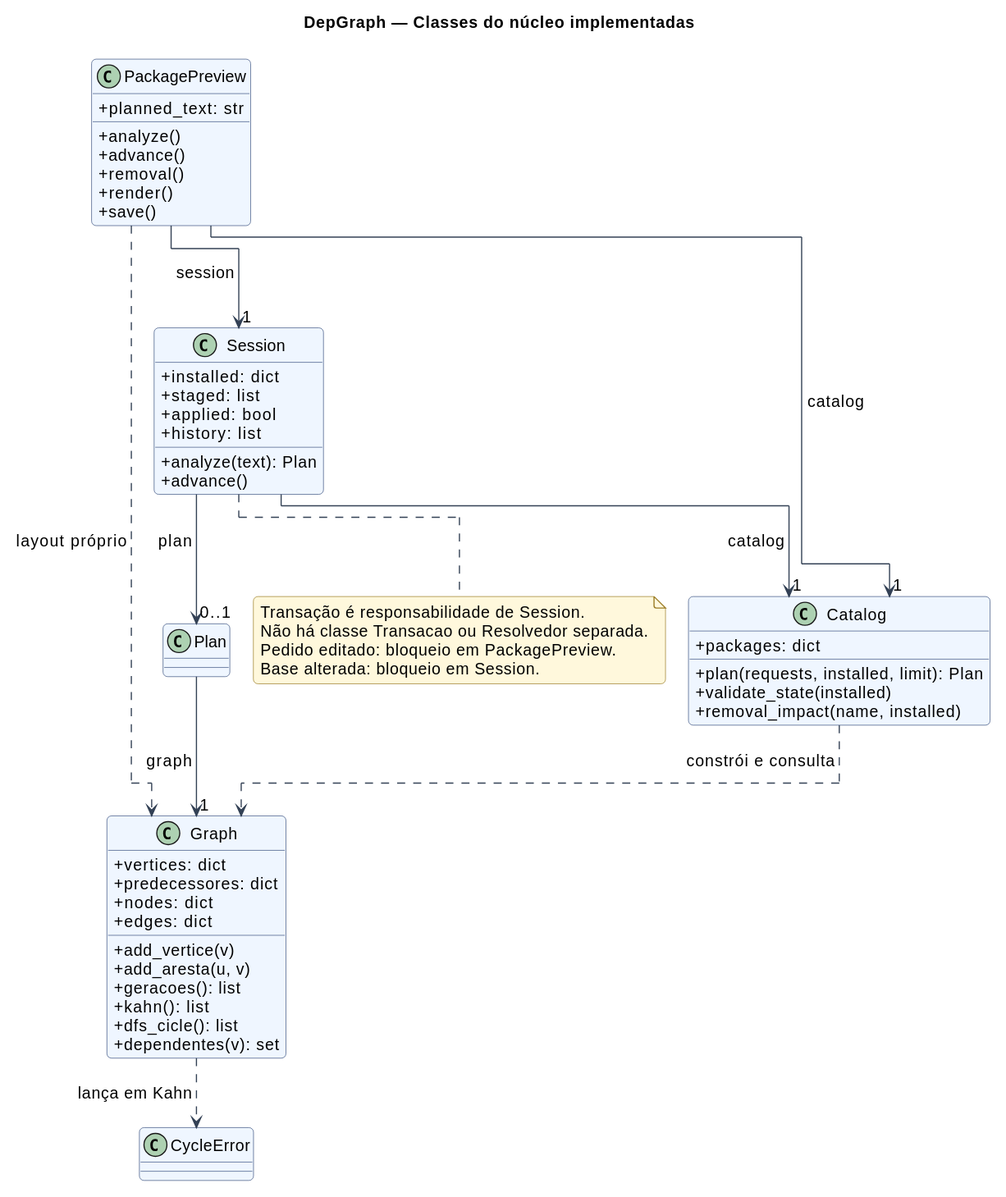
caiokfuri/gestaoDependencias keeps this PlantUML diagram as docs/modelagem/imagens/03-classes-nucleo.svg. Above is the earlier version.
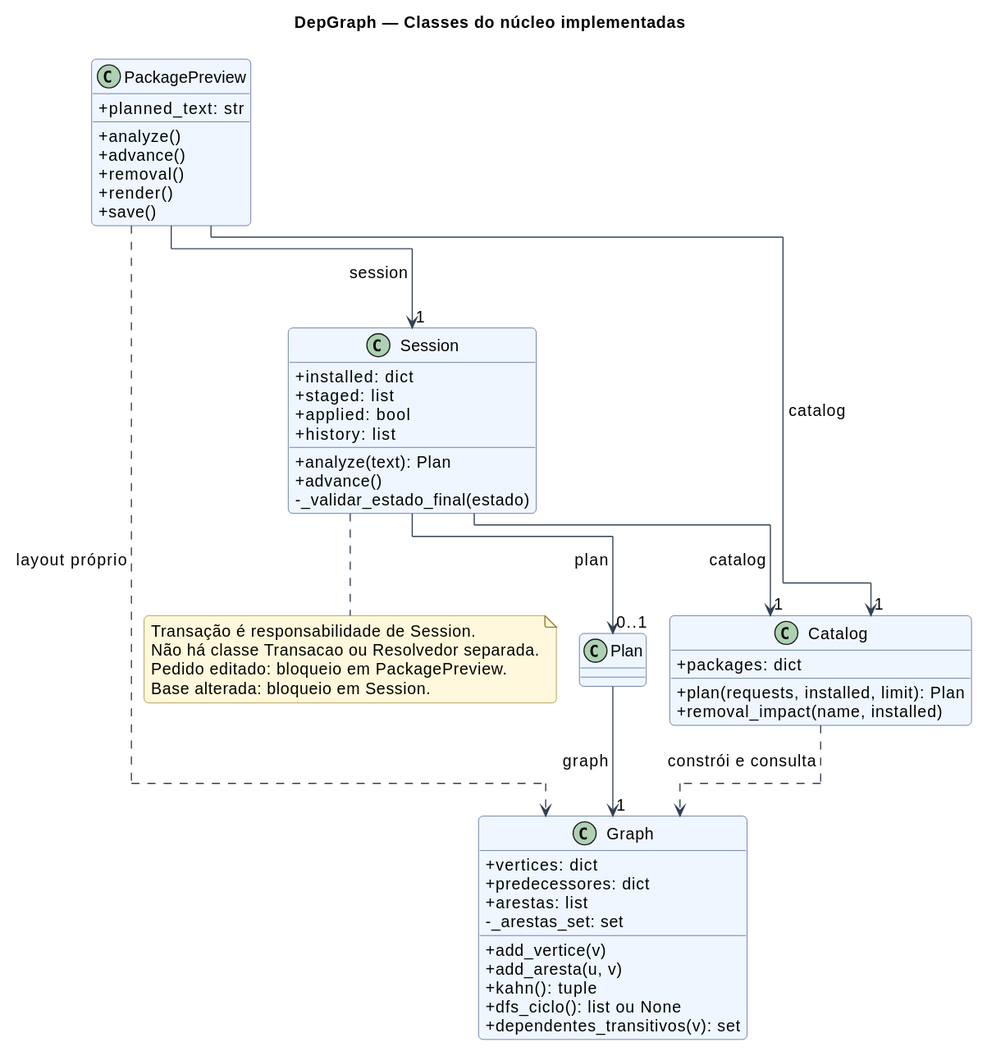
After the change.

Change to the diagram source:
```diff
@@ -17,27 +17,25 @@
  +history: list
  +analyze(text): Plan
  +advance()
+ -_validar_estado_final(estado)
 }
 class Catalog {
  +packages: dict
  +plan(requests, installed, limit): Plan
- +validate_state(installed)
  +removal_impact(name, installed)
 }
 class Graph {
  +vertices: dict
  +predecessores: dict
- +nodes: dict
- +edges: dict
+ +arestas: list
+ -_arestas_set: set
  +add_vertice(v)
  +add_aresta(u, v)
- +geracoes(): list
- +kahn(): list
- +dfs_cicle(): list
- +dependentes(v): set
+ +kahn(): tuple
+ +dfs_ciclo(): list ou None
+ +dependentes_transitivos(v): set
 }
 class Plan
-class CycleError
 PackagePreview --> "1" Session : session
 PackagePreview --> "1" Catalog : catalog
 Session --> "1" Catalog : catalog
@@ -45,7 +43,6 @@
 Catalog ..> Graph : constrói e consulta
 Plan --> "1" Graph : graph
 PackagePreview ..> Graph : layout próprio
-Graph ..> CycleError : lança em Kahn
 note bottom of Session
  Transação é responsabilidade de Session.
  Não há classe Transacao ou Resolvedor separada.
```
